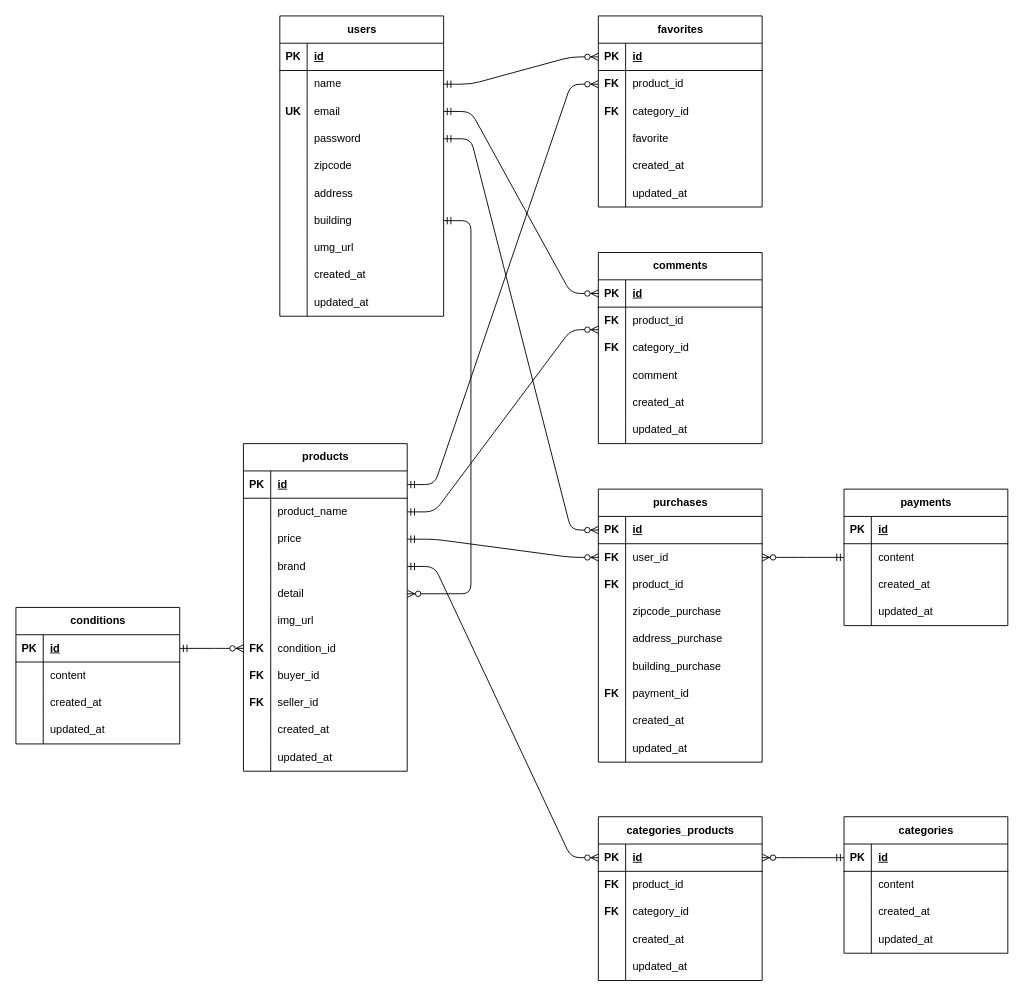
This is erd.drawio from hktooooo/free_market_app, a draw.io file, before an edit. Source tidied: cells renumbered, new cells numbered last; positions are measured from the earlier drawing's top-left corner, leaving out a move shared by most shapes. Both pictures are drawn from the tidied source at 91%, with x=0, y=0 at pixel (15, 15).
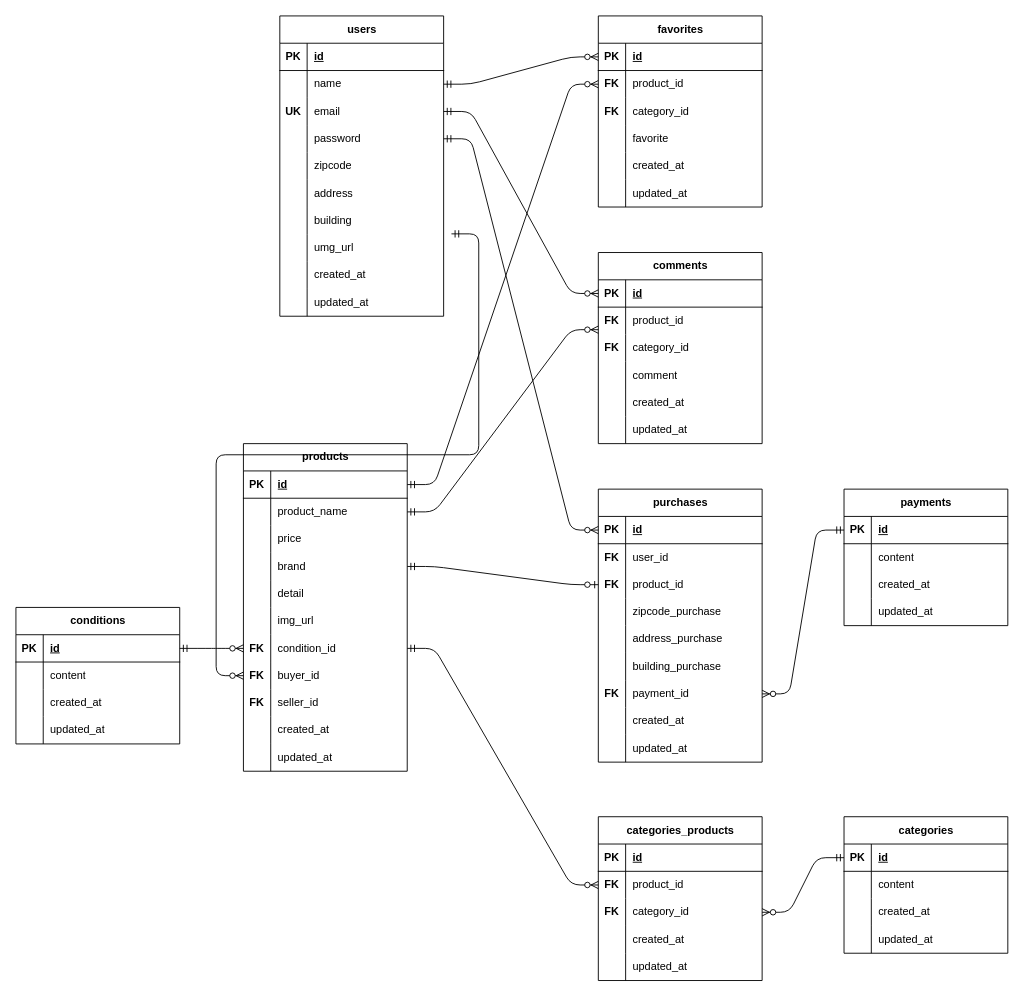
The same page after the edit.

The change refers to these unchanged cells:
```xml
<mxCell id="21" style="shape=tableRow;horizontal=0;startSize=0;swimlaneHead=0;swimlaneBody=0;fillColor=none;points=[[0,0.5],[1,0.5]];portConstraint=eastwest;top=0;left=0;right=0;bottom=0;" parent="2" vertex="1">
  <mxGeometry y="210" width="180" height="30" as="geometry" />
</mxCell>
<mxCell id="40" style="shape=tableRow;horizontal=0;startSize=0;swimlaneHead=0;swimlaneBody=0;fillColor=none;points=[[0,0.5],[1,0.5]];portConstraint=eastwest;top=0;left=0;right=0;bottom=0;" parent="33" vertex="1">
  <mxGeometry y="90" width="180" height="30" as="geometry" />
</mxCell>
<mxCell id="43" style="shape=tableRow;horizontal=0;startSize=0;swimlaneHead=0;swimlaneBody=0;fillColor=none;points=[[0,0.5],[1,0.5]];portConstraint=eastwest;top=0;left=0;right=0;bottom=0;" parent="33" vertex="1">
  <mxGeometry y="120" width="180" height="30" as="geometry" />
</mxCell>
<mxCell id="46" style="shape=tableRow;horizontal=0;startSize=0;swimlaneHead=0;swimlaneBody=0;fillColor=none;points=[[0,0.5],[1,0.5]];portConstraint=eastwest;top=0;left=0;right=0;bottom=0;" parent="33" vertex="1">
  <mxGeometry y="150" width="180" height="30" as="geometry" />
</mxCell>
<mxCell id="52" style="shape=tableRow;horizontal=0;startSize=0;swimlaneHead=0;swimlaneBody=0;fillColor=none;points=[[0,0.5],[1,0.5]];portConstraint=eastwest;top=0;left=0;right=0;bottom=0;" parent="33" vertex="1">
  <mxGeometry y="210" width="180" height="30" as="geometry" />
</mxCell>
<mxCell id="68" style="shape=tableRow;horizontal=0;startSize=0;swimlaneHead=0;swimlaneBody=0;fillColor=none;points=[[0,0.5],[1,0.5]];portConstraint=eastwest;top=0;left=0;right=0;bottom=1;" parent="67" vertex="1">
  <mxGeometry y="30" width="180" height="30" as="geometry" />
</mxCell>
<mxCell id="71" style="shape=tableRow;horizontal=0;startSize=0;swimlaneHead=0;swimlaneBody=0;fillColor=none;points=[[0,0.5],[1,0.5]];portConstraint=eastwest;top=0;left=0;right=0;bottom=0;" parent="67" vertex="1">
  <mxGeometry y="60" width="180" height="30" as="geometry" />
</mxCell>
<mxCell id="74" style="shape=tableRow;horizontal=0;startSize=0;swimlaneHead=0;swimlaneBody=0;fillColor=none;points=[[0,0.5],[1,0.5]];portConstraint=eastwest;top=0;left=0;right=0;bottom=0;" parent="67" vertex="1">
  <mxGeometry y="90" width="180" height="30" as="geometry" />
</mxCell>
<mxCell id="84" style="shape=tableRow;horizontal=0;startSize=0;swimlaneHead=0;swimlaneBody=0;fillColor=none;points=[[0,0.5],[1,0.5]];portConstraint=eastwest;top=0;left=0;right=0;bottom=1;" parent="83" vertex="1">
  <mxGeometry y="30" width="180" height="30" as="geometry" />
</mxCell>
<mxCell id="135" style="shape=tableRow;horizontal=0;startSize=0;swimlaneHead=0;swimlaneBody=0;fillColor=none;points=[[0,0.5],[1,0.5]];portConstraint=eastwest;top=0;left=0;right=0;bottom=1;" parent="134" vertex="1">
  <mxGeometry y="30" width="180" height="30" as="geometry" />
</mxCell>
<mxCell id="138" style="shape=tableRow;horizontal=0;startSize=0;swimlaneHead=0;swimlaneBody=0;fillColor=none;points=[[0,0.5],[1,0.5]];portConstraint=eastwest;top=0;left=0;right=0;bottom=0;" parent="134" vertex="1">
  <mxGeometry y="60" width="180" height="30" as="geometry" />
</mxCell>
<mxCell id="151" style="shape=tableRow;horizontal=0;startSize=0;swimlaneHead=0;swimlaneBody=0;fillColor=none;points=[[0,0.5],[1,0.5]];portConstraint=eastwest;top=0;left=0;right=0;bottom=0;" parent="147" vertex="1">
  <mxGeometry y="60" width="180" height="30" as="geometry" />
</mxCell>
<mxCell id="154" style="shape=tableRow;horizontal=0;startSize=0;swimlaneHead=0;swimlaneBody=0;fillColor=none;points=[[0,0.5],[1,0.5]];portConstraint=eastwest;top=0;left=0;right=0;bottom=0;" parent="147" vertex="1">
  <mxGeometry y="90" width="180" height="30" as="geometry" />
</mxCell>
<mxCell id="166" style="shape=tableRow;horizontal=0;startSize=0;swimlaneHead=0;swimlaneBody=0;fillColor=none;points=[[0,0.5],[1,0.5]];portConstraint=eastwest;top=0;left=0;right=0;bottom=0;" parent="147" vertex="1">
  <mxGeometry y="210" width="180" height="30" as="geometry" />
</mxCell>
```

What changed in the source:
```diff
@@
-    <mxCell id="180" style="edgeStyle=entityRelationEdgeStyle;fontSize=12;html=1;endArrow=ERzeroToMany;startArrow=ERmandOne;exitX=1;exitY=0.5;exitDx=0;exitDy=0;entryX=0;entryY=0.5;entryDx=0;entryDy=0;" parent="1" edge="1" source="40" target="151">
-      <mxGeometry relative="1" as="geometry" />
-    </mxCell>
-    <mxCell id="181" style="edgeStyle=entityRelationEdgeStyle;fontSize=12;html=1;endArrow=ERzeroToMany;startArrow=ERmandOne;exitX=1;exitY=0.5;exitDx=0;exitDy=0;entryX=0;entryY=0.5;entryDx=0;entryDy=0;" parent="1" edge="1" source="43" target="68">
+    <mxCell id="181" style="edgeStyle=entityRelationEdgeStyle;fontSize=12;html=1;endArrow=ERzeroToMany;startArrow=ERmandOne;exitX=1;exitY=0.5;exitDx=0;exitDy=0;entryX=0;entryY=0.5;entryDx=0;entryDy=0;" parent="1" edge="1" source="52" target="71">
       <mxGeometry relative="1" as="geometry" />
     </mxCell>
-    <mxCell id="182" style="edgeStyle=entityRelationEdgeStyle;fontSize=12;html=1;endArrow=ERzeroToMany;startArrow=ERmandOne;entryX=1;entryY=0.5;entryDx=0;entryDy=0;" parent="1" edge="1" source="21" target="46">
+    <mxCell id="182" style="edgeStyle=entityRelationEdgeStyle;fontSize=12;html=1;endArrow=ERzeroToMany;startArrow=ERmandOne;exitX=0.992;exitY=-0.018;exitDx=0;exitDy=0;exitPerimeter=0;" parent="1" edge="1">
       <mxGeometry relative="1" as="geometry">
+        <mxPoint x="478.6" y="239.5" as="sourcePoint" />
+        <mxPoint x="250" y="725" as="targetPoint" />
         <Array as="points">
-          <mxPoint x="430" y="500" />
-          <mxPoint x="540" y="470" />
-          <mxPoint x="450" y="500" />
-          <mxPoint x="470" y="780" />
-          <mxPoint x="420" y="680" />
+          <mxPoint x="190" y="625" />
+          <mxPoint x="300" y="595" />
+          <mxPoint x="370" y="410" />
+          <mxPoint x="210" y="625" />
+          <mxPoint x="230" y="905" />
+          <mxPoint x="180" y="805" />
         </Array>
       </mxGeometry>
     </mxCell>
@@
-    <mxCell id="197" style="edgeStyle=entityRelationEdgeStyle;fontSize=12;html=1;endArrow=ERzeroToMany;startArrow=ERmandOne;entryX=1;entryY=0.5;entryDx=0;entryDy=0;exitX=0;exitY=0.5;exitDx=0;exitDy=0;" parent="1" edge="1" source="138" target="151">
+    <mxCell id="197" style="edgeStyle=entityRelationEdgeStyle;fontSize=12;html=1;endArrow=ERzeroToMany;startArrow=ERmandOne;entryX=1;entryY=0.5;entryDx=0;entryDy=0;exitX=0;exitY=0.5;exitDx=0;exitDy=0;" parent="1" edge="1" source="135" target="166">
       <mxGeometry relative="1" as="geometry" />
     </mxCell>
-    <mxCell id="198" style="edgeStyle=entityRelationEdgeStyle;fontSize=12;html=1;endArrow=ERzeroToMany;startArrow=ERmandOne;exitX=0;exitY=0.5;exitDx=0;exitDy=0;entryX=1;entryY=0.5;entryDx=0;entryDy=0;" parent="1" edge="1" source="84" target="68">
+    <mxCell id="198" style="edgeStyle=entityRelationEdgeStyle;fontSize=12;html=1;endArrow=ERzeroToMany;startArrow=ERmandOne;exitX=0;exitY=0.5;exitDx=0;exitDy=0;" parent="1" edge="1" source="84" target="74">
       <mxGeometry relative="1" as="geometry" />
     </mxCell>
+    <mxCell id="199" style="edgeStyle=entityRelationEdgeStyle;fontSize=12;html=1;endArrow=ERzeroToOne;startArrow=ERmandOne;entryX=0;entryY=0.5;entryDx=0;entryDy=0;exitX=1;exitY=0.5;exitDx=0;exitDy=0;" parent="1" edge="1" source="43" target="154">
+      <mxGeometry relative="1" as="geometry">
+        <Array as="points">
+          <mxPoint x="490" y="640" />
+        </Array>
+      </mxGeometry>
+    </mxCell>
```
